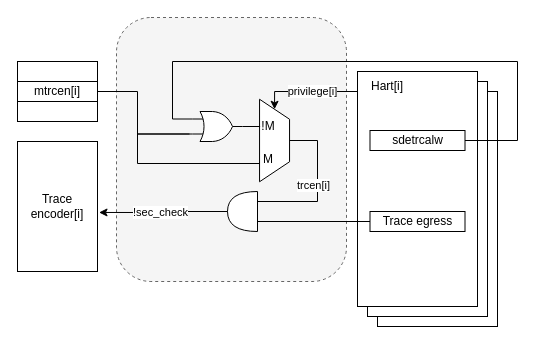
This is page "Page-3" (2 of 2) of images/external_debug_protection.drawio from riscv-non-isa/riscv-external-debug-security, a draw.io file, before an edit. Source tidied: cells renumbered, new cells numbered last; positions are measured from the earlier drawing's top-left corner, leaving out a move shared by most shapes. Both pictures are drawn from the tidied source at 100%, with x=0, y=0 at pixel (17, 17).
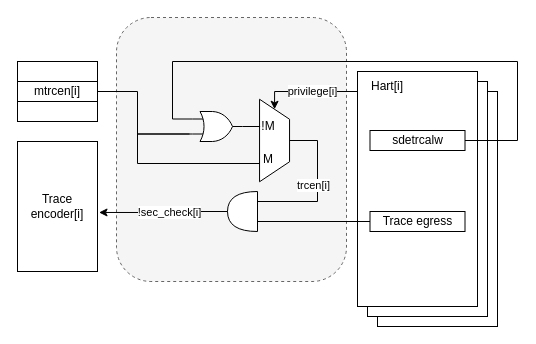
Above is the later version.

Unchanged cells that the change refers to:
```xml
<mxCell id="28" style="edgeStyle=orthogonalEdgeStyle;rounded=0;jettySize=auto;html=1;exitX=1;exitY=0.5;exitDx=0;exitDy=0;exitPerimeter=0;entryX=1.019;entryY=0.546;entryDx=0;entryDy=0;entryPerimeter=0;" parent="1" edge="1" source="13" target="5">
  <mxGeometry relative="1" as="geometry" />
</mxCell>
```

Diff of the diagram source:
```diff
@@
-    <mxCell id="29" value="!sec_check" style="edgeLabel;html=1;align=center;verticalAlign=middle;" parent="28" vertex="1">
-      <mxGeometry x="0.07" relative="1" as="geometry" />
+    <mxCell id="29" value="!sec_check[i]" style="edgeLabel;html=1;align=center;verticalAlign=middle;" parent="28" vertex="1">
+      <mxGeometry x="0.07" relative="1" as="geometry">
+        <mxPoint x="9" as="offset" />
+      </mxGeometry>
     </mxCell>
```
